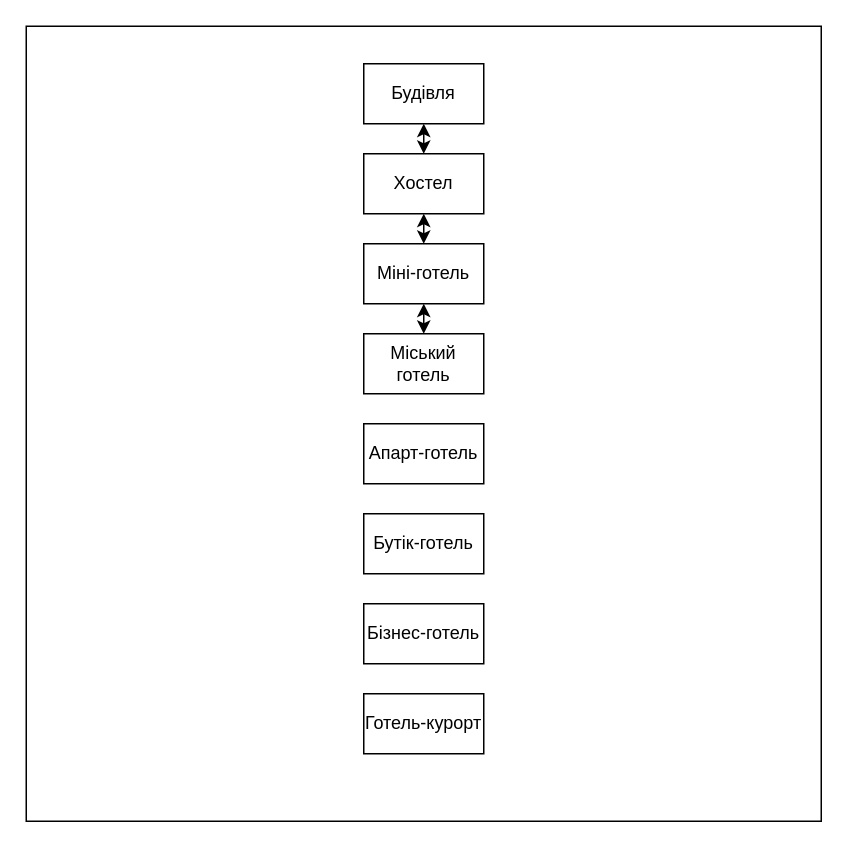
The draw.io diagram Диаграмма без названия.drawio in Pelmeshka69/ClassWork-Real-, before the edit. Source tidied: cells renumbered, new cells numbered last; positions are measured from the earlier drawing's top-left corner, leaving out a move shared by most shapes. Both pictures are drawn from the tidied source at 150%, with x=0, y=0 at pixel (26, 26).
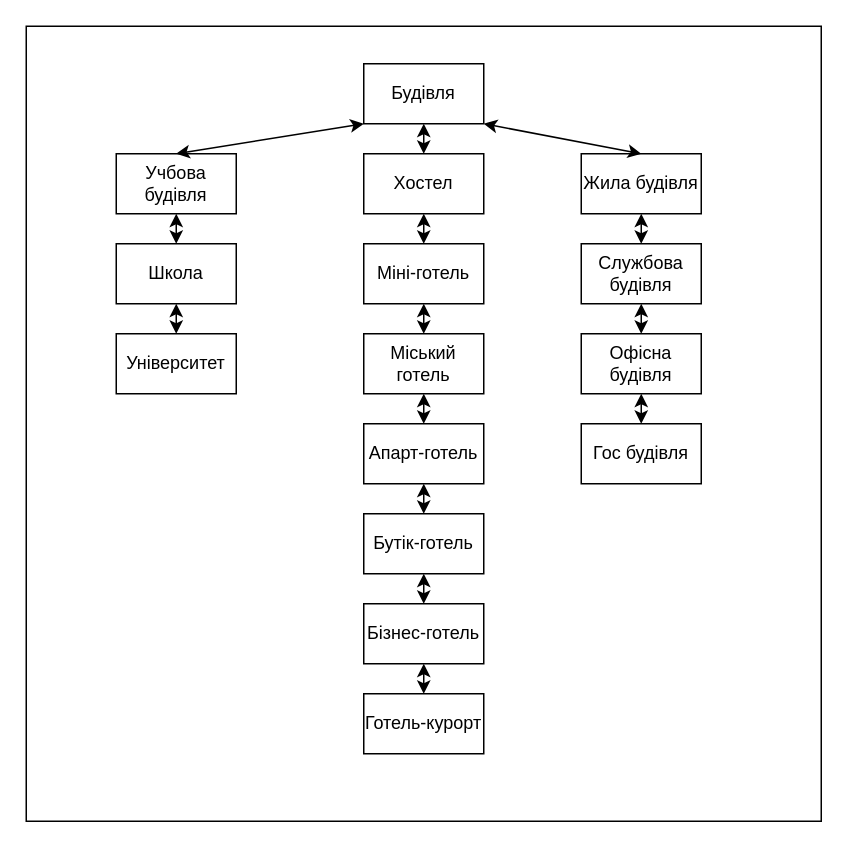
After the change.

Unchanged cells that the change refers to:
```xml
<mxCell id="3" value="Будівля" style="rounded=0;whiteSpace=wrap;html=1;" parent="1" vertex="1">
  <mxGeometry x="225" y="25" width="80" height="40" as="geometry" />
</mxCell>
<mxCell id="6" value="Міський готель" style="rounded=0;whiteSpace=wrap;html=1;" parent="1" vertex="1">
  <mxGeometry x="225" y="205" width="80" height="40" as="geometry" />
</mxCell>
<mxCell id="7" value="Апарт-готель" style="rounded=0;whiteSpace=wrap;html=1;" parent="1" vertex="1">
  <mxGeometry x="225" y="265" width="80" height="40" as="geometry" />
</mxCell>
<mxCell id="8" value="Бутік-готель" style="rounded=0;whiteSpace=wrap;html=1;" parent="1" vertex="1">
  <mxGeometry x="225" y="325" width="80" height="40" as="geometry" />
</mxCell>
<mxCell id="9" value="Бізнес-готель" style="rounded=0;whiteSpace=wrap;html=1;" parent="1" vertex="1">
  <mxGeometry x="225" y="385" width="80" height="40" as="geometry" />
</mxCell>
<mxCell id="10" value="Готель-курорт" style="rounded=0;whiteSpace=wrap;html=1;" parent="1" vertex="1">
  <mxGeometry x="225" y="445" width="80" height="40" as="geometry" />
</mxCell>
```

What changed in the source:
```diff
@@
+    <mxCell id="14" style="endArrow=classic;startArrow=classic;html=1;rounded=0;entryX=0.5;entryY=1;entryDx=0;entryDy=0;exitX=0.5;exitY=0;exitDx=0;exitDy=0;entryPerimeter=0;" parent="1" edge="1" source="7" target="6">
+      <mxGeometry relative="1" as="geometry" />
+    </mxCell>
+    <mxCell id="15" style="endArrow=classic;startArrow=classic;html=1;rounded=0;entryX=0.5;entryY=1;entryDx=0;entryDy=0;exitX=0.5;exitY=0;exitDx=0;exitDy=0;entryPerimeter=0;" parent="1" edge="1" source="8" target="7">
+      <mxGeometry relative="1" as="geometry" />
+    </mxCell>
+    <mxCell id="16" style="endArrow=classic;startArrow=classic;html=1;rounded=0;entryX=0.5;entryY=1;entryDx=0;entryDy=0;exitX=0.5;exitY=0;exitDx=0;exitDy=0;" parent="1" edge="1" source="9" target="8">
+      <mxGeometry relative="1" as="geometry" />
+    </mxCell>
+    <mxCell id="17" style="endArrow=classic;startArrow=classic;html=1;rounded=0;entryX=0.5;entryY=1;entryDx=0;entryDy=0;exitX=0.5;exitY=0;exitDx=0;exitDy=0;" parent="1" edge="1" source="10" target="9">
+      <mxGeometry relative="1" as="geometry" />
+    </mxCell>
+    <mxCell id="18" value="Жила будівля" style="rounded=0;whiteSpace=wrap;html=1;" parent="1" vertex="1">
+      <mxGeometry x="370" y="85" width="80" height="40" as="geometry" />
+    </mxCell>
+    <mxCell id="19" value="Офісна будівля" style="rounded=0;whiteSpace=wrap;html=1;" parent="1" vertex="1">
+      <mxGeometry x="370" y="205" width="80" height="40" as="geometry" />
+    </mxCell>
+    <mxCell id="20" value="Службова будівля" style="rounded=0;whiteSpace=wrap;html=1;" parent="1" vertex="1">
+      <mxGeometry x="370" y="145" width="80" height="40" as="geometry" />
+    </mxCell>
+    <mxCell id="21" value="Гос будівля" style="rounded=0;whiteSpace=wrap;html=1;" parent="1" vertex="1">
+      <mxGeometry x="370" y="265" width="80" height="40" as="geometry" />
+    </mxCell>
+    <mxCell id="22" style="endArrow=classic;startArrow=classic;html=1;rounded=0;entryX=1;entryY=1;entryDx=0;entryDy=0;exitX=0.5;exitY=0;exitDx=0;exitDy=0;" parent="1" edge="1" source="18" target="3">
+      <mxGeometry relative="1" as="geometry" />
+    </mxCell>
+    <mxCell id="23" style="endArrow=classic;startArrow=classic;html=1;rounded=0;entryX=0.5;entryY=1;entryDx=0;entryDy=0;" parent="1" edge="1" target="18">
+      <mxGeometry relative="1" as="geometry">
+        <mxPoint x="410" y="145" as="sourcePoint" />
+      </mxGeometry>
+    </mxCell>
+    <mxCell id="24" style="endArrow=classic;startArrow=classic;html=1;rounded=0;entryX=0.5;entryY=1;entryDx=0;entryDy=0;exitX=0.5;exitY=0;exitDx=0;exitDy=0;" parent="1" edge="1" source="19" target="20">
+      <mxGeometry relative="1" as="geometry" />
+    </mxCell>
+    <mxCell id="25" style="endArrow=classic;startArrow=classic;html=1;rounded=0;entryX=0.5;entryY=1;entryDx=0;entryDy=0;exitX=0.5;exitY=0;exitDx=0;exitDy=0;" parent="1" edge="1" source="21" target="19">
+      <mxGeometry relative="1" as="geometry" />
+    </mxCell>
+    <mxCell id="26" value="Учбова будівля" style="rounded=0;whiteSpace=wrap;html=1;" parent="1" vertex="1">
+      <mxGeometry x="60" y="85" width="80" height="40" as="geometry" />
+    </mxCell>
+    <mxCell id="27" value="Школа" style="rounded=0;whiteSpace=wrap;html=1;" parent="1" vertex="1">
+      <mxGeometry x="60" y="145" width="80" height="40" as="geometry" />
+    </mxCell>
+    <mxCell id="28" value="Університет" style="rounded=0;whiteSpace=wrap;html=1;" parent="1" vertex="1">
+      <mxGeometry x="60" y="205" width="80" height="40" as="geometry" />
+    </mxCell>
+    <mxCell id="29" style="endArrow=classic;startArrow=classic;html=1;rounded=0;entryX=0;entryY=1;entryDx=0;entryDy=0;exitX=0.5;exitY=0;exitDx=0;exitDy=0;" parent="1" edge="1" source="26" target="3">
+      <mxGeometry relative="1" as="geometry" />
+    </mxCell>
+    <mxCell id="30" style="endArrow=classic;startArrow=classic;html=1;rounded=0;entryX=0.5;entryY=1;entryDx=0;entryDy=0;exitX=0.5;exitY=0;exitDx=0;exitDy=0;" parent="1" edge="1" source="27" target="26">
+      <mxGeometry relative="1" as="geometry" />
+    </mxCell>
+    <mxCell id="31" style="endArrow=classic;startArrow=classic;html=1;rounded=0;entryX=0.5;entryY=1;entryDx=0;entryDy=0;exitX=0.5;exitY=0;exitDx=0;exitDy=0;" parent="1" edge="1" source="28" target="27">
+      <mxGeometry relative="1" as="geometry" />
+    </mxCell>
```
